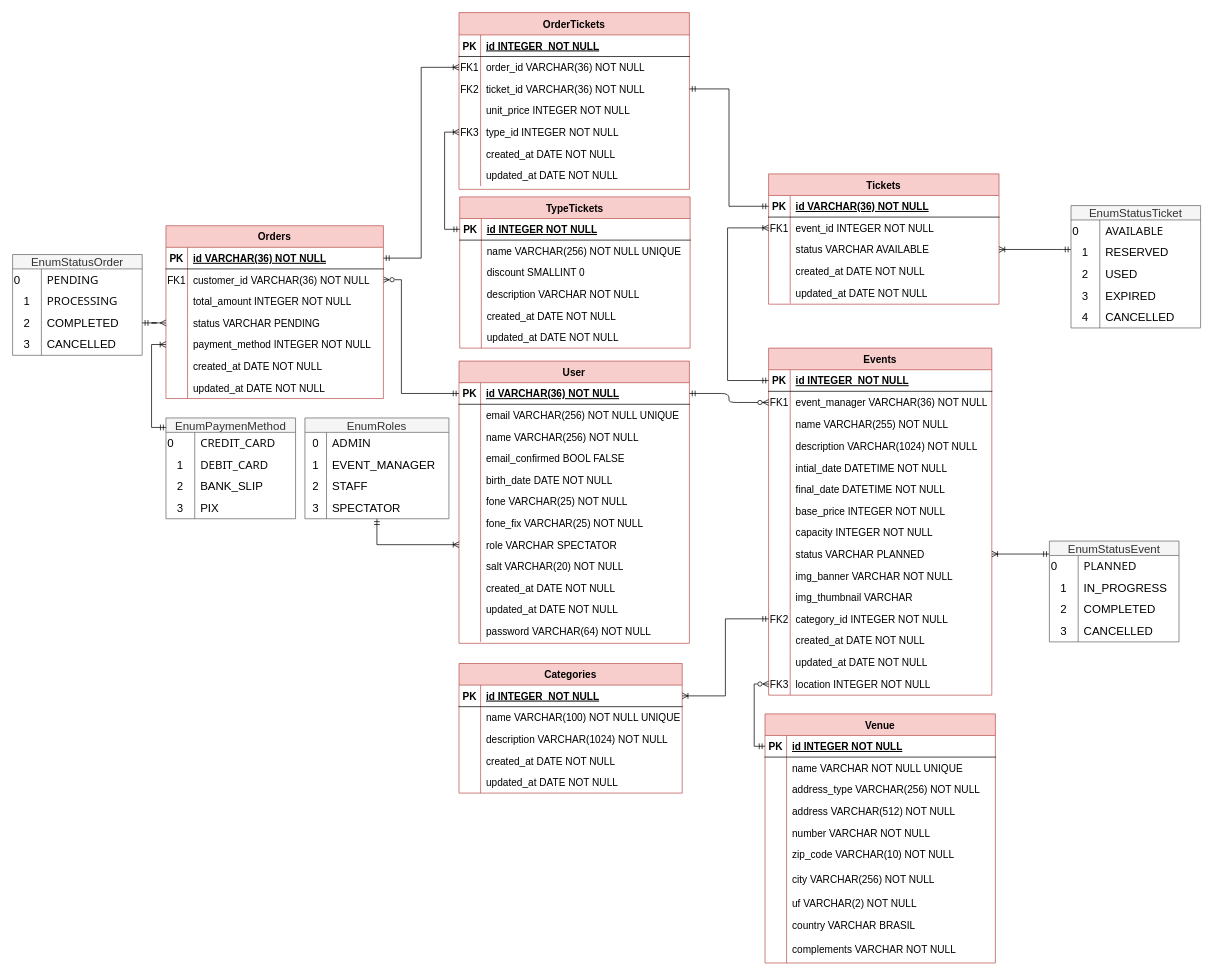
The draw.io diagram ticketeasypro/docs/Diagrama Entidade-Relacionamento.drawio in Christian4227/IES301_2024, before the edit. Source tidied: cells renumbered, new cells numbered last; positions are measured from the earlier drawing's top-left corner, leaving out a move shared by most shapes. Both pictures are drawn from the tidied source at 72%, with x=0, y=0 at pixel (12, 12).
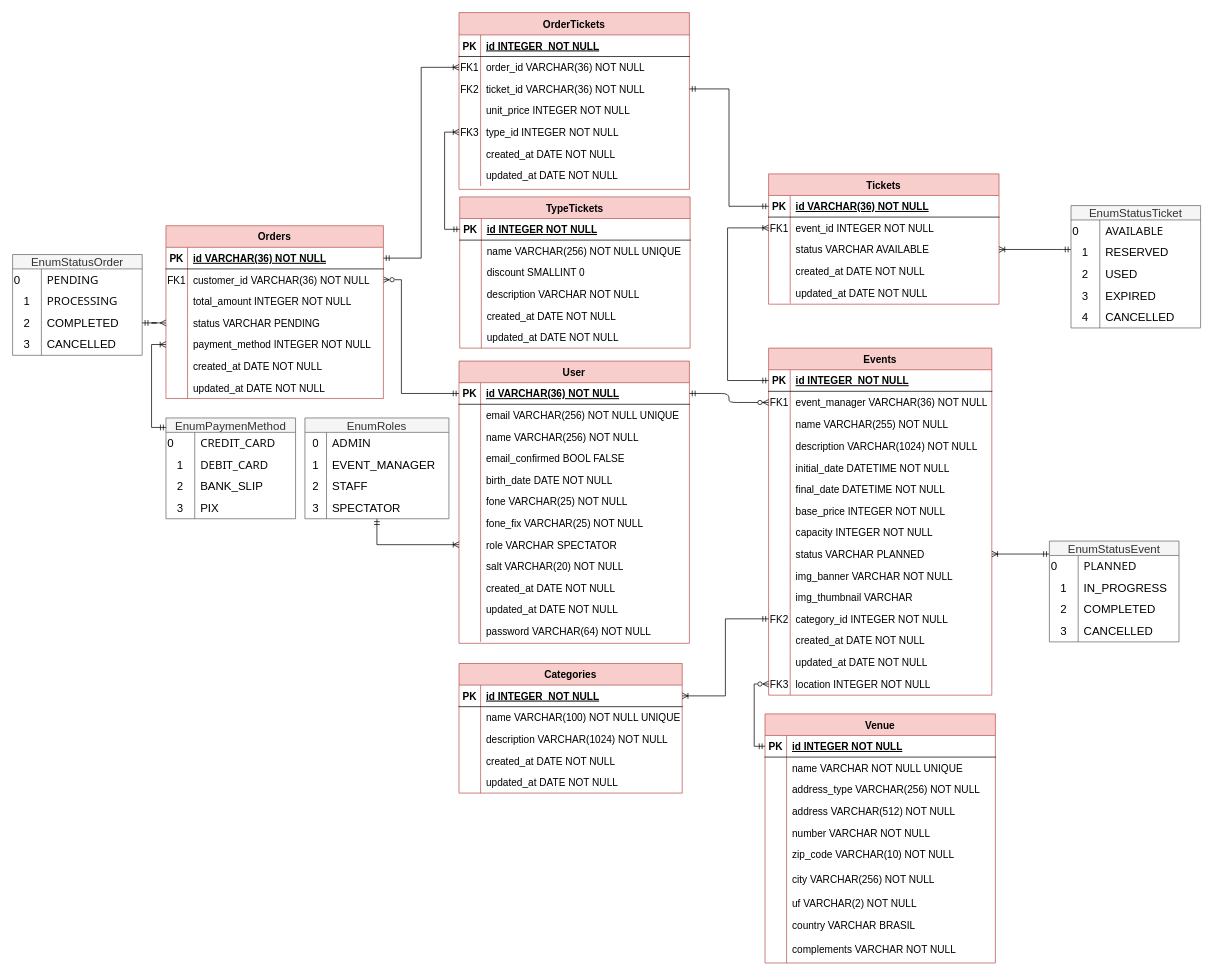
The same page after the edit.

Unchanged cells that the change refers to:
```xml
<mxCell id="15" style="shape=partialRectangle;fillColor=none;top=0;left=0;right=0;bottom=0;fontSize=14;" parent="2" vertex="1">
  <mxGeometry y="151" width="310" height="30" as="geometry" />
</mxCell>
```

What changed in the source:
```diff
@@
-    <mxCell id="17" value="intial_date DATETIME NOT NULL" style="shape=partialRectangle;overflow=hidden;fillColor=none;top=0;left=0;bottom=0;right=0;align=left;spacingLeft=6;fontSize=14;" parent="15" vertex="1">
+    <mxCell id="17" value="initial_date DATETIME NOT NULL" style="shape=partialRectangle;overflow=hidden;fillColor=none;top=0;left=0;bottom=0;right=0;align=left;spacingLeft=6;fontSize=14;" parent="15" vertex="1">
       <mxGeometry x="30" width="280" height="30" as="geometry" />
     </mxCell>
```
